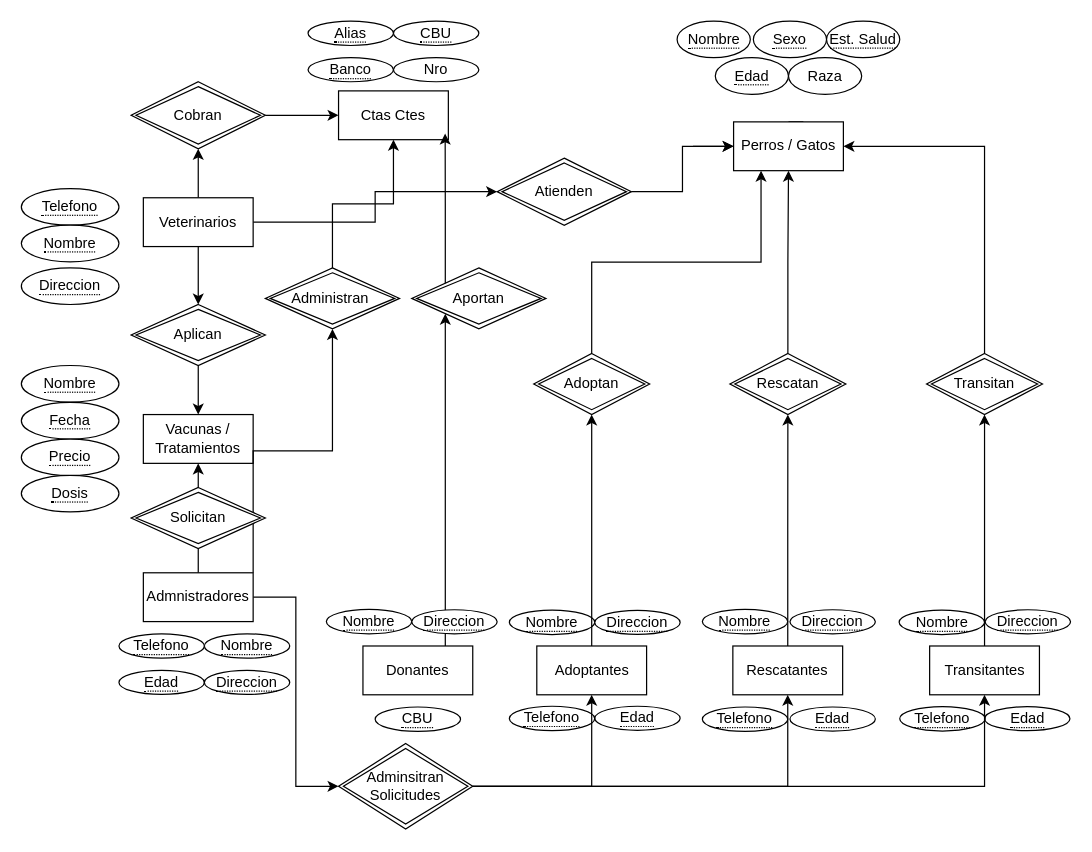
Before: Diagrama sin título.drawio in Dfrugone/ITFS-4, a draw.io diagram. Source tidied: cells renumbered, new cells numbered last; positions are measured from the earlier drawing's top-left corner, leaving out a move shared by most shapes. Both pictures are drawn from the tidied source at 122%, with x=0, y=0 at pixel (21, 21).
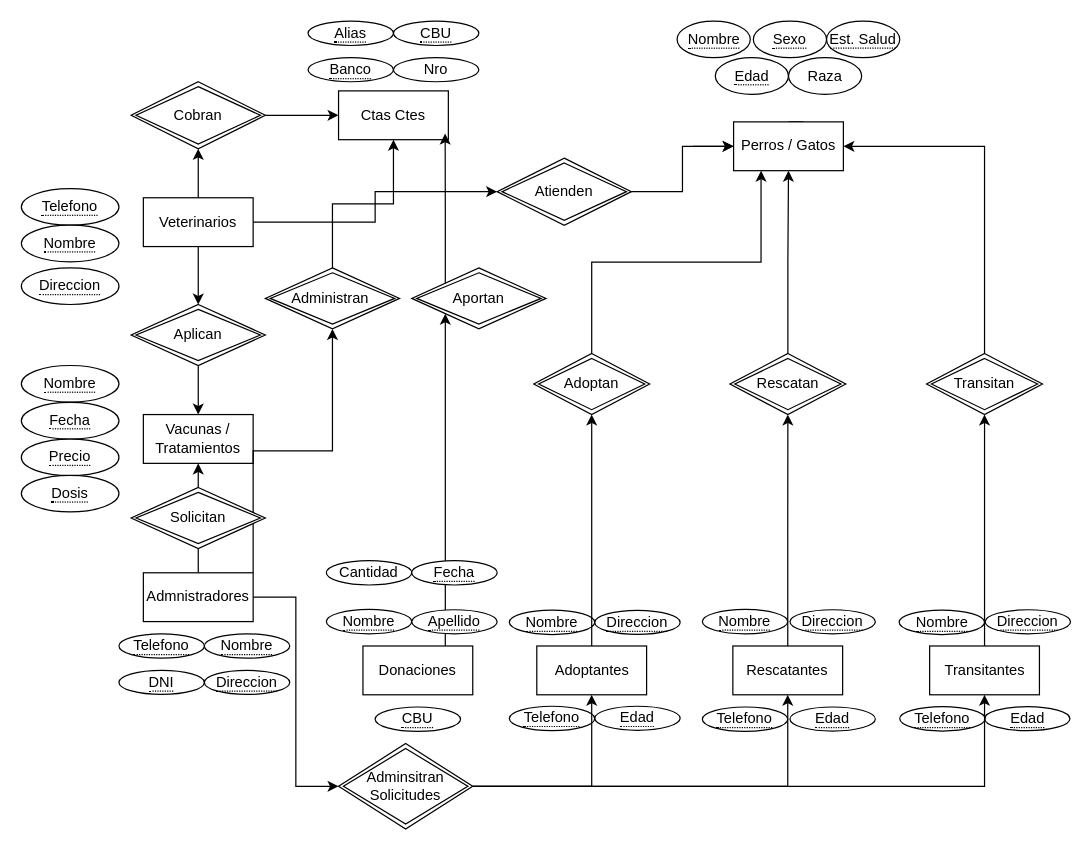
The same page after the edit.

Diff of the diagram source:
```diff
@@
-    <mxCell id="59" value="&lt;span style=&quot;border-bottom: 1px dotted&quot;&gt;Edad&lt;/span&gt;" style="ellipse;whiteSpace=wrap;html=1;align=center;" parent="1" vertex="1">
+    <mxCell id="59" value="&lt;span style=&quot;border-bottom: 1px dotted&quot;&gt;DNI&lt;/span&gt;" style="ellipse;whiteSpace=wrap;html=1;align=center;" parent="1" vertex="1">
       <mxGeometry x="80" y="532" width="70" height="19.7" as="geometry" />
     </mxCell>
@@
-    <mxCell id="75" value="Donantes" style="rounded=0;whiteSpace=wrap;html=1;" parent="1" vertex="1">
+    <mxCell id="75" value="Donaciones" style="rounded=0;whiteSpace=wrap;html=1;" parent="1" vertex="1">
       <mxGeometry x="280" y="512" width="90" height="40" as="geometry" />
     </mxCell>
@@
-    <mxCell id="77" value="&lt;span style=&quot;border-bottom: 1px dotted&quot;&gt;Direccion&lt;/span&gt;" style="ellipse;whiteSpace=wrap;html=1;align=center;" parent="1" vertex="1">
+    <mxCell id="77" value="&lt;span style=&quot;border-bottom: 1px dotted&quot;&gt;Apellido&lt;/span&gt;" style="ellipse;whiteSpace=wrap;html=1;align=center;" parent="1" vertex="1">
       <mxGeometry x="320" y="482.3" width="70" height="19.7" as="geometry" />
     </mxCell>
@@
+    <mxCell id="80" value="Cantidad" style="ellipse;whiteSpace=wrap;html=1;align=center;" parent="1" vertex="1">
+      <mxGeometry x="250" y="442" width="70" height="20" as="geometry" />
+    </mxCell>
+    <mxCell id="81" value="&lt;span style=&quot;border-bottom: 1px dotted&quot;&gt;Fecha&lt;/span&gt;" style="ellipse;whiteSpace=wrap;html=1;align=center;" parent="1" vertex="1">
+      <mxGeometry x="320" y="442" width="70" height="20" as="geometry" />
+    </mxCell>
```
